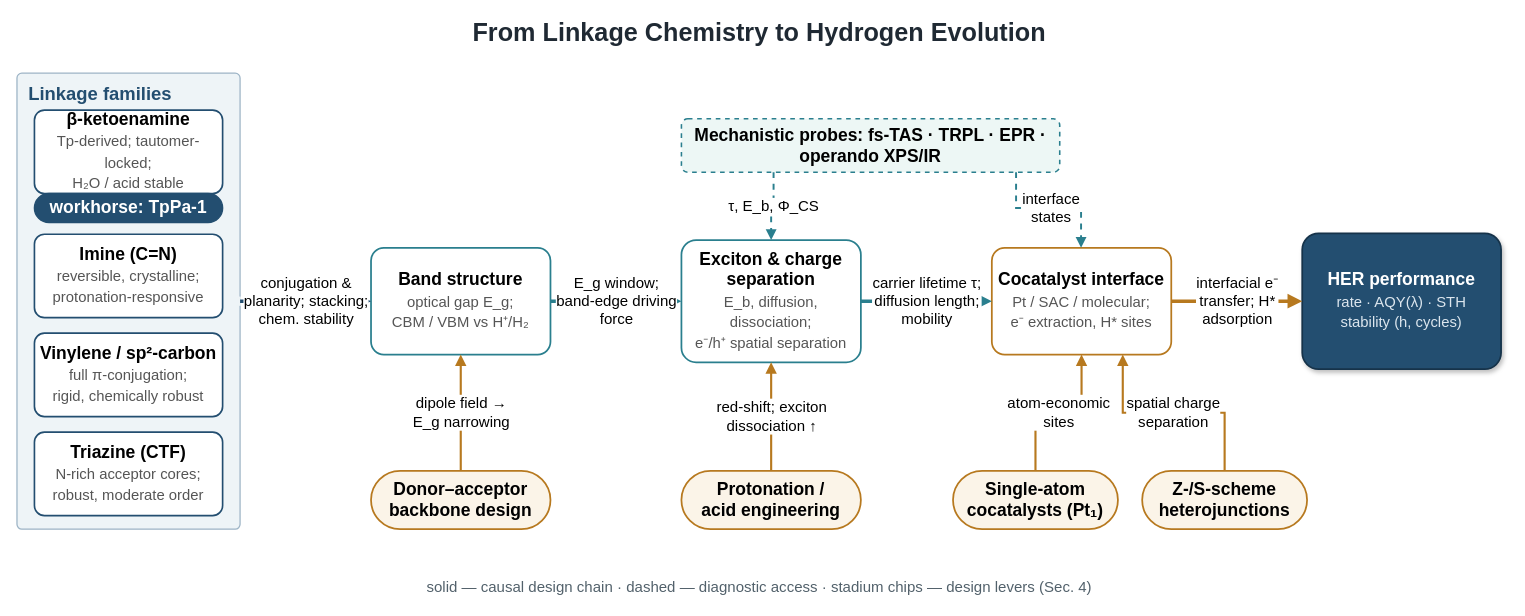
Earlier version of the draw.io diagram examples/survey_cof_her/paper/figures/src/fig1_factor_chain.drawio (asimfish/goai_research). Source tidied: cells renumbered, new cells numbered last; positions are measured from the earlier drawing's top-left corner, leaving out a move shared by most shapes. Both pictures are drawn from the tidied source at 97%, with x=0, y=0 at pixel (16, 16).
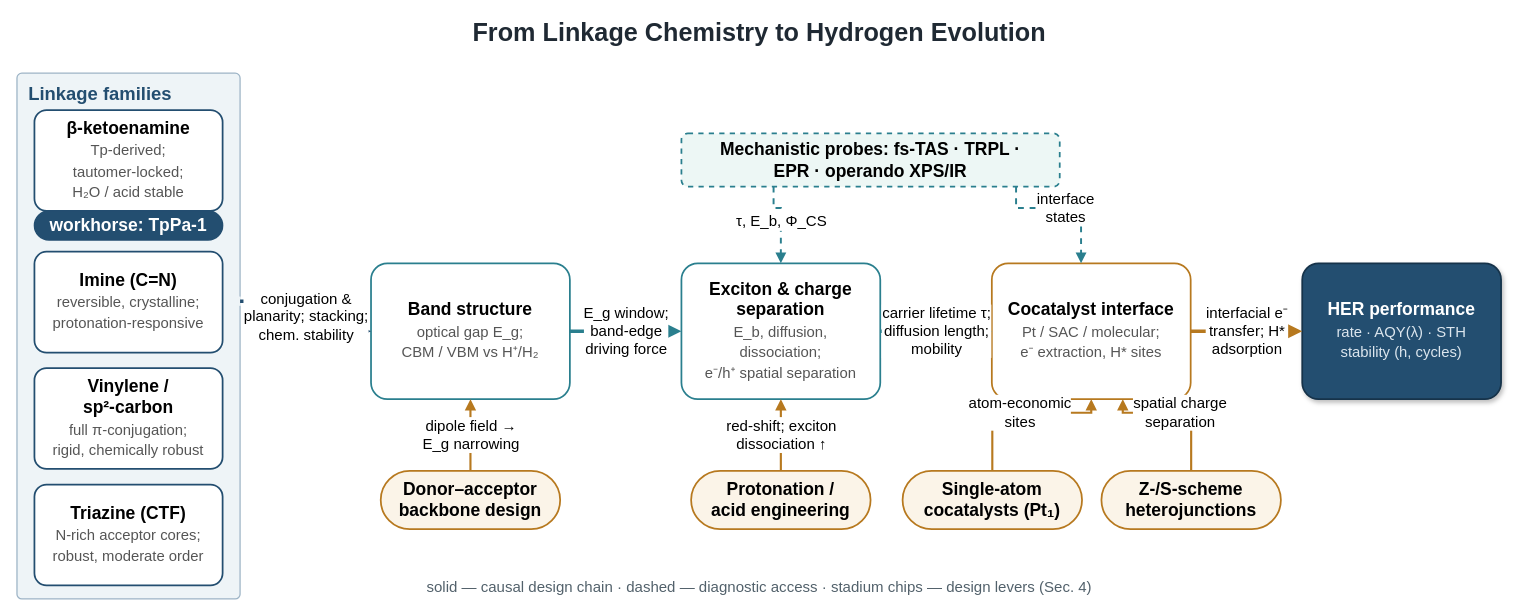
The same diagram, later.

Unchanged cells that the change refers to:
```xml
<mxCell id="9" style="rounded=0;whiteSpace=wrap;html=1;fillColor=#EEF4F7;strokeColor=#EEF4F7;strokeWidth=1.5;fontSize=15.5;fontStyle=1;" parent="3" vertex="1">
  <mxGeometry x="226" y="231" width="4" height="8" as="geometry" />
</mxCell>
```

The edit, as a diff of the source:
```diff
@@
     <mxCell id="3" value="Linkage families" style="rounded=1;absoluteArcSize=1;arcSize=10;whiteSpace=wrap;html=1;verticalAlign=top;align=left;spacingLeft=10;spacingTop=4;fontSize=19;fontStyle=1;fillColor=#EEF4F7;strokeColor=#9DB4C6;strokeWidth=1.3;fontColor=#234E70;" parent="1" vertex="1">
-      <mxGeometry y="58" width="230" height="470" as="geometry" />
+      <mxGeometry y="58" width="230" height="542" as="geometry" />
     </mxCell>
-    <mxCell id="4" value="&lt;b&gt;β-ketoenamine&lt;/b&gt;&lt;br/&gt;&lt;font style='font-size:15.3px' color='#555555'&gt;Tp-derived; tautomer-locked;&#10;H₂O / acid stable&lt;/font&gt;" style="rounded=1;whiteSpace=wrap;html=1;arcSize=12;fillColor=#FFFFFF;strokeColor=#234E70;strokeWidth=1.7;fontSize=18;" parent="3" vertex="1">
-      <mxGeometry x="18" y="38" width="194" height="86" as="geometry" />
+    <mxCell id="4" value="&lt;b&gt;β-ketoenamine&lt;/b&gt;&lt;br/&gt;&lt;font style='font-size:15.3px' color='#555555'&gt;Tp-derived;&lt;br/&gt;tautomer-locked;&lt;br/&gt;H₂O / acid stable&lt;/font&gt;" style="rounded=1;whiteSpace=wrap;html=1;arcSize=12;fillColor=#FFFFFF;strokeColor=#234E70;strokeWidth=1.8;fontSize=18;" parent="3" vertex="1">
+      <mxGeometry x="18" y="38" width="194" height="104" as="geometry" />
     </mxCell>
     <mxCell id="5" value="workhorse: TpPa-1" style="rounded=1;whiteSpace=wrap;html=1;arcSize=50;spacing=6;fillColor=#234E70;strokeColor=#234E70;strokeWidth=1.5;fontSize=18;fontColor=#FFFFFF;fontStyle=1;" parent="3" vertex="1">
-      <mxGeometry x="18" y="124" width="194" height="30" as="geometry" />
+      <mxGeometry x="18" y="142" width="194" height="30" as="geometry" />
     </mxCell>
-    <mxCell id="6" value="&lt;b&gt;Imine (C=N)&lt;/b&gt;&lt;br/&gt;&lt;font style='font-size:15.3px' color='#555555'&gt;reversible, crystalline;&#10;protonation-responsive&lt;/font&gt;" style="rounded=1;whiteSpace=wrap;html=1;arcSize=12;fillColor=#FFFFFF;strokeColor=#234E70;strokeWidth=1.7;fontSize=18;" parent="3" vertex="1">
-      <mxGeometry x="18" y="166" width="194" height="86" as="geometry" />
+    <mxCell id="6" value="&lt;b&gt;Imine (C=N)&lt;/b&gt;&lt;br/&gt;&lt;font style='font-size:15.3px' color='#555555'&gt;reversible, crystalline;&lt;br/&gt;protonation-responsive&lt;/font&gt;" style="rounded=1;whiteSpace=wrap;html=1;arcSize=12;fillColor=#FFFFFF;strokeColor=#234E70;strokeWidth=1.8;fontSize=18;" parent="3" vertex="1">
+      <mxGeometry x="18" y="184" width="194" height="104" as="geometry" />
     </mxCell>
-    <mxCell id="7" value="&lt;b&gt;Vinylene / sp²-carbon&lt;/b&gt;&lt;br/&gt;&lt;font style='font-size:15.3px' color='#555555'&gt;full π-conjugation;&#10;rigid, chemically robust&lt;/font&gt;" style="rounded=1;whiteSpace=wrap;html=1;arcSize=12;fillColor=#FFFFFF;strokeColor=#234E70;strokeWidth=1.7;fontSize=18;" parent="3" vertex="1">
-      <mxGeometry x="18" y="268" width="194" height="86" as="geometry" />
+    <mxCell id="7" value="&lt;b&gt;Vinylene /&lt;br/&gt;sp²-carbon&lt;/b&gt;&lt;br/&gt;&lt;font style='font-size:15.3px' color='#555555'&gt;full π-conjugation;&lt;br/&gt;rigid, chemically robust&lt;/font&gt;" style="rounded=1;whiteSpace=wrap;html=1;arcSize=12;fillColor=#FFFFFF;strokeColor=#234E70;strokeWidth=1.8;fontSize=18;" parent="3" vertex="1">
+      <mxGeometry x="18" y="304" width="194" height="104" as="geometry" />
     </mxCell>
-    <mxCell id="8" value="&lt;b&gt;Triazine (CTF)&lt;/b&gt;&lt;br/&gt;&lt;font style='font-size:15.3px' color='#555555'&gt;N-rich acceptor cores;&#10;robust, moderate order&lt;/font&gt;" style="rounded=1;whiteSpace=wrap;html=1;arcSize=12;fillColor=#FFFFFF;strokeColor=#234E70;strokeWidth=1.7;fontSize=18;" parent="3" vertex="1">
-      <mxGeometry x="18" y="370" width="194" height="86" as="geometry" />
+    <mxCell id="8" value="&lt;b&gt;Triazine (CTF)&lt;/b&gt;&lt;br/&gt;&lt;font style='font-size:15.3px' color='#555555'&gt;N-rich acceptor cores;&lt;br/&gt;robust, moderate order&lt;/font&gt;" style="rounded=1;whiteSpace=wrap;html=1;arcSize=12;fillColor=#FFFFFF;strokeColor=#234E70;strokeWidth=1.8;fontSize=18;" parent="3" vertex="1">
+      <mxGeometry x="18" y="424" width="194" height="104" as="geometry" />
     </mxCell>
@@
-    <mxCell id="10" value="&lt;b&gt;Band structure&lt;/b&gt;&lt;br/&gt;&lt;font style='font-size:15.3px' color='#555555'&gt;optical gap E_g;&#10;CBM / VBM vs H⁺/H₂&lt;/font&gt;" style="rounded=1;whiteSpace=wrap;html=1;arcSize=12;fillColor=#FFFFFF;strokeColor=#2A7F8E;strokeWidth=1.8;fontSize=18;" parent="1" vertex="1">
-      <mxGeometry x="365" y="238" width="185" height="110" as="geometry" />
+    <mxCell id="10" value="&lt;b&gt;Band structure&lt;/b&gt;&lt;br/&gt;&lt;font style='font-size:15.3px' color='#555555'&gt;optical gap E_g;&lt;br/&gt;CBM / VBM vs H⁺/H₂&lt;/font&gt;" style="rounded=1;whiteSpace=wrap;html=1;arcSize=12;fillColor=#FFFFFF;strokeColor=#2A7F8E;strokeWidth=1.8;fontSize=18;" parent="1" vertex="1">
+      <mxGeometry x="365" y="254" width="205" height="140" as="geometry" />
     </mxCell>
-    <mxCell id="11" value="&lt;b&gt;Exciton &amp; charge separation&lt;/b&gt;&lt;br/&gt;&lt;font style='font-size:15.3px' color='#555555'&gt;E_b, diffusion, dissociation;&#10;e⁻/h⁺ spatial separation&lt;/font&gt;" style="rounded=1;whiteSpace=wrap;html=1;arcSize=12;fillColor=#FFFFFF;strokeColor=#2A7F8E;strokeWidth=1.8;fontSize=18;" parent="1" vertex="1">
-      <mxGeometry x="685" y="230" width="185" height="126" as="geometry" />
+    <mxCell id="11" value="&lt;b&gt;Exciton &amp;amp; charge&lt;br/&gt;separation&lt;/b&gt;&lt;br/&gt;&lt;font style='font-size:15.3px' color='#555555'&gt;E_b, diffusion,&lt;br/&gt;dissociation;&lt;br/&gt;e⁻/h⁺ spatial separation&lt;/font&gt;" style="rounded=1;whiteSpace=wrap;html=1;arcSize=12;fillColor=#FFFFFF;strokeColor=#2A7F8E;strokeWidth=1.8;fontSize=18;" parent="1" vertex="1">
+      <mxGeometry x="685" y="254" width="205" height="140" as="geometry" />
     </mxCell>
-    <mxCell id="12" value="&lt;b&gt;Cocatalyst interface&lt;/b&gt;&lt;br/&gt;&lt;font style='font-size:15.3px' color='#555555'&gt;Pt / SAC / molecular;&#10;e⁻ extraction, H* sites&lt;/font&gt;" style="rounded=1;whiteSpace=wrap;html=1;arcSize=12;fillColor=#FFFFFF;strokeColor=#B7791F;strokeWidth=1.8;fontSize=18;" parent="1" vertex="1">
-      <mxGeometry x="1005" y="238" width="185" height="110" as="geometry" />
+    <mxCell id="12" value="&lt;b&gt;Cocatalyst interface&lt;/b&gt;&lt;br/&gt;&lt;font style='font-size:15.3px' color='#555555'&gt;Pt / SAC / molecular;&lt;br/&gt;e⁻ extraction, H* sites&lt;/font&gt;" style="rounded=1;whiteSpace=wrap;html=1;arcSize=12;fillColor=#FFFFFF;strokeColor=#B7791F;strokeWidth=1.8;fontSize=18;" parent="1" vertex="1">
+      <mxGeometry x="1005" y="254" width="205" height="140" as="geometry" />
     </mxCell>
-    <mxCell id="13" value="&lt;b&gt;HER performance&lt;/b&gt;&lt;br/&gt;&lt;font style='font-size:15.3px' color='#DCE6EE'&gt;rate · AQY(λ) · STH&#10;stability (h, cycles)&lt;/font&gt;" style="rounded=1;whiteSpace=wrap;html=1;arcSize=12;fillColor=#234E70;strokeColor=#16334A;strokeWidth=1.8;fontSize=18;fontColor=#FFFFFF;shadow=1;" parent="1" vertex="1">
-      <mxGeometry x="1325" y="223" width="205" height="140" as="geometry" />
+    <mxCell id="13" value="&lt;b&gt;HER performance&lt;/b&gt;&lt;br/&gt;&lt;font style='font-size:15.3px' color='#DCE6EE'&gt;rate · AQY(λ) · STH&lt;br/&gt;stability (h, cycles)&lt;/font&gt;" style="rounded=1;whiteSpace=wrap;html=1;arcSize=12;fillColor=#234E70;strokeColor=#16334A;strokeWidth=1.8;fontSize=18;fontColor=#FFFFFF;shadow=1;" parent="1" vertex="1">
+      <mxGeometry x="1325" y="254" width="205" height="140" as="geometry" />
     </mxCell>
-    <mxCell id="14" value="Mechanistic probes: fs-TAS · TRPL · EPR · operando XPS/IR" style="rounded=1;whiteSpace=wrap;html=1;arcSize=12;fillColor=#EDF7F5;strokeColor=#2A7F8E;strokeWidth=1.6;fontSize=18;fontStyle=1;dashed=1;" parent="1" vertex="1">
-      <mxGeometry x="685" y="105" width="390" height="55" as="geometry" />
+    <mxCell id="14" value="Mechanistic probes: fs-TAS · TRPL ·&lt;br/&gt;EPR · operando XPS/IR" style="rounded=1;whiteSpace=wrap;html=1;arcSize=12;fillColor=#EDF7F5;strokeColor=#2A7F8E;strokeWidth=1.8;fontSize=18;fontStyle=1;dashed=1;" parent="1" vertex="1">
+      <mxGeometry x="685" y="120" width="390" height="55" as="geometry" />
     </mxCell>
-    <mxCell id="15" value="Donor–acceptor&#10;backbone design" style="rounded=1;whiteSpace=wrap;html=1;arcSize=50;spacing=6;fillColor=#FBF4E8;strokeColor=#B7791F;strokeWidth=1.8;fontSize=18;fontStyle=1;" parent="1" vertex="1">
-      <mxGeometry x="365" y="468" width="185" height="60" as="geometry" />
+    <mxCell id="15" value="Donor–acceptor&lt;br/&gt;backbone design" style="rounded=1;whiteSpace=wrap;html=1;arcSize=50;spacing=6;fillColor=#FBF4E8;strokeColor=#B7791F;strokeWidth=1.8;fontSize=18;fontStyle=1;" parent="1" vertex="1">
+      <mxGeometry x="375" y="468" width="185" height="60" as="geometry" />
     </mxCell>
-    <mxCell id="16" value="Protonation /&#10;acid engineering" style="rounded=1;whiteSpace=wrap;html=1;arcSize=50;spacing=6;fillColor=#FBF4E8;strokeColor=#B7791F;strokeWidth=1.8;fontSize=18;fontStyle=1;" parent="1" vertex="1">
-      <mxGeometry x="685" y="468" width="185" height="60" as="geometry" />
+    <mxCell id="16" value="Protonation /&lt;br/&gt;acid engineering" style="rounded=1;whiteSpace=wrap;html=1;arcSize=50;spacing=6;fillColor=#FBF4E8;strokeColor=#B7791F;strokeWidth=1.8;fontSize=18;fontStyle=1;" parent="1" vertex="1">
+      <mxGeometry x="695" y="468" width="185" height="60" as="geometry" />
     </mxCell>
-    <mxCell id="17" value="Single-atom&#10;cocatalysts (Pt₁)" style="rounded=1;whiteSpace=wrap;html=1;arcSize=50;spacing=6;fillColor=#FBF4E8;strokeColor=#B7791F;strokeWidth=1.8;fontSize=18;fontStyle=1;" parent="1" vertex="1">
-      <mxGeometry x="965" y="468" width="170" height="60" as="geometry" />
+    <mxCell id="17" value="Single-atom&lt;br/&gt;cocatalysts (Pt₁)" style="rounded=1;whiteSpace=wrap;html=1;arcSize=50;spacing=6;fillColor=#FBF4E8;strokeColor=#B7791F;strokeWidth=1.8;fontSize=18;fontStyle=1;" parent="1" vertex="1">
+      <mxGeometry x="913" y="468" width="185" height="60" as="geometry" />
     </mxCell>
-    <mxCell id="18" value="Z-/S-scheme&#10;heterojunctions" style="rounded=1;whiteSpace=wrap;html=1;arcSize=50;spacing=6;fillColor=#FBF4E8;strokeColor=#B7791F;strokeWidth=1.8;fontSize=18;fontStyle=1;" parent="1" vertex="1">
-      <mxGeometry x="1160" y="468" width="170" height="60" as="geometry" />
+    <mxCell id="18" value="Z-/S-scheme&lt;br/&gt;heterojunctions" style="rounded=1;whiteSpace=wrap;html=1;arcSize=50;spacing=6;fillColor=#FBF4E8;strokeColor=#B7791F;strokeWidth=1.8;fontSize=18;fontStyle=1;" parent="1" vertex="1">
+      <mxGeometry x="1118" y="468" width="185" height="60" as="geometry" />
     </mxCell>
-    <mxCell id="19" value="conjugation &amp;&#10;planarity; stacking;&#10;chem. stability" style="edgeStyle=orthogonalEdgeStyle;rounded=0;html=1;jettySize=auto;endArrow=block;endFill=1;strokeColor=#234E70;strokeWidth=3.5;fontSize=15.5;" parent="1" edge="1" source="9" target="10">
+    <mxCell id="19" value="conjugation &amp;amp;&lt;br/&gt;planarity; stacking;&lt;br/&gt;chem. stability" style="edgeStyle=orthogonalEdgeStyle;rounded=0;html=1;jettySize=auto;endArrow=block;endFill=1;strokeColor=#234E70;strokeWidth=3.5;fontSize=15.5;" parent="1" edge="1" source="9" target="10">
       <mxGeometry relative="1" as="geometry" />
     </mxCell>
-    <mxCell id="20" value="E_g window;&#10;band-edge driving&#10;force" style="edgeStyle=orthogonalEdgeStyle;rounded=0;html=1;jettySize=auto;endArrow=block;endFill=1;strokeColor=#2A7F8E;strokeWidth=3.5;fontSize=15.5;" parent="1" edge="1" source="10" target="11">
+    <mxCell id="20" value="E_g window;&lt;br/&gt;band-edge&lt;br/&gt;driving force" style="edgeStyle=orthogonalEdgeStyle;rounded=0;html=1;jettySize=auto;endArrow=block;endFill=1;strokeColor=#2A7F8E;strokeWidth=3.5;fontSize=15.5;" parent="1" edge="1" source="10" target="11">
       <mxGeometry relative="1" as="geometry" />
     </mxCell>
-    <mxCell id="21" value="carrier lifetime τ;&#10;diffusion length;&#10;mobility" style="edgeStyle=orthogonalEdgeStyle;rounded=0;html=1;jettySize=auto;endArrow=block;endFill=1;strokeColor=#2A7F8E;strokeWidth=3.5;fontSize=15.5;" parent="1" edge="1" source="11" target="12">
+    <mxCell id="21" value="carrier lifetime τ;&lt;br/&gt;diffusion length;&lt;br/&gt;mobility" style="edgeStyle=orthogonalEdgeStyle;rounded=0;html=1;jettySize=auto;endArrow=block;endFill=1;strokeColor=#2A7F8E;strokeWidth=3.5;fontSize=15.5;" parent="1" edge="1" source="11" target="12">
       <mxGeometry relative="1" as="geometry" />
     </mxCell>
-    <mxCell id="22" value="interfacial e⁻&#10;transfer; H*&#10;adsorption" style="edgeStyle=orthogonalEdgeStyle;rounded=0;html=1;jettySize=auto;endArrow=block;endFill=1;strokeColor=#B7791F;strokeWidth=3.5;fontSize=15.5;" parent="1" edge="1" source="12" target="13">
+    <mxCell id="22" value="interfacial e⁻&lt;br/&gt;transfer; H*&lt;br/&gt;adsorption" style="edgeStyle=orthogonalEdgeStyle;rounded=0;html=1;jettySize=auto;endArrow=block;endFill=1;strokeColor=#B7791F;strokeWidth=3.5;fontSize=15.5;" parent="1" edge="1" source="12" target="13">
       <mxGeometry relative="1" as="geometry" />
     </mxCell>
@@
-    <mxCell id="24" value="interface&#10;states" style="edgeStyle=orthogonalEdgeStyle;rounded=0;html=1;jettySize=auto;endArrow=block;endFill=1;strokeColor=#2A7F8E;strokeWidth=2;fontSize=15.5;dashed=1;" parent="1" edge="1" source="14" target="12">
+    <mxCell id="24" value="interface&lt;br/&gt;states" style="edgeStyle=orthogonalEdgeStyle;rounded=0;html=1;jettySize=auto;endArrow=block;endFill=1;strokeColor=#2A7F8E;strokeWidth=2;fontSize=15.5;dashed=1;" parent="1" edge="1" source="14" target="12">
       <mxGeometry relative="1" as="geometry">
         <Array as="points">
           <mxPoint x="1030" y="197" />
           <mxPoint x="1097" y="197" />
         </Array>
       </mxGeometry>
     </mxCell>
-    <mxCell id="25" value="dipole field →&#10;E_g narrowing" style="edgeStyle=orthogonalEdgeStyle;rounded=0;html=1;jettySize=auto;endArrow=block;endFill=1;strokeColor=#B7791F;strokeWidth=2.2;fontSize=15.5;" parent="1" edge="1" source="15" target="10">
+    <mxCell id="25" value="dipole field →&lt;br/&gt;E_g narrowing" style="edgeStyle=orthogonalEdgeStyle;rounded=0;html=1;jettySize=auto;endArrow=block;endFill=1;strokeColor=#B7791F;strokeWidth=2.2;fontSize=15.5;" parent="1" edge="1" source="15" target="10">
       <mxGeometry relative="1" as="geometry" />
     </mxCell>
-    <mxCell id="26" value="red-shift; exciton&#10;dissociation ↑" style="edgeStyle=orthogonalEdgeStyle;rounded=0;html=1;jettySize=auto;endArrow=block;endFill=1;strokeColor=#B7791F;strokeWidth=2.2;fontSize=15.5;" parent="1" edge="1" source="16" target="11">
+    <mxCell id="26" value="red-shift; exciton&lt;br/&gt;dissociation ↑" style="edgeStyle=orthogonalEdgeStyle;rounded=0;html=1;jettySize=auto;endArrow=block;endFill=1;strokeColor=#B7791F;strokeWidth=2.2;fontSize=15.5;" parent="1" edge="1" source="16" target="11">
       <mxGeometry relative="1" as="geometry" />
     </mxCell>
-    <mxCell id="27" value="atom-economic&#10;sites" style="edgeStyle=orthogonalEdgeStyle;rounded=0;html=1;jettySize=auto;endArrow=block;endFill=1;strokeColor=#B7791F;strokeWidth=2.2;fontSize=15.5;" parent="1" edge="1" source="17" target="12">
+    <mxCell id="27" value="atom-economic&lt;br/&gt;sites" style="edgeStyle=orthogonalEdgeStyle;rounded=0;html=1;jettySize=auto;endArrow=block;endFill=1;strokeColor=#B7791F;strokeWidth=2.2;fontSize=15.5;" parent="1" edge="1" source="17" target="12">
       <mxGeometry relative="1" as="geometry">
         <Array as="points">
-          <mxPoint x="1050" y="408" />
+          <mxPoint x="1005" y="408" />
         </Array>
       </mxGeometry>
     </mxCell>
-    <mxCell id="28" value="spatial charge&#10;separation" style="edgeStyle=orthogonalEdgeStyle;rounded=0;html=1;jettySize=auto;endArrow=block;endFill=1;strokeColor=#B7791F;strokeWidth=2.2;fontSize=15.5;" parent="1" edge="1" source="18" target="12">
+    <mxCell id="28" value="spatial charge&lt;br/&gt;separation" style="edgeStyle=orthogonalEdgeStyle;rounded=0;html=1;jettySize=auto;endArrow=block;endFill=1;strokeColor=#B7791F;strokeWidth=2.2;fontSize=15.5;" parent="1" edge="1" source="18" target="12">
       <mxGeometry relative="1" as="geometry">
         <Array as="points">
-          <mxPoint x="1245" y="408" />
+          <mxPoint x="1210" y="408" />
           <mxPoint x="1140" y="408" />
         </Array>
       </mxGeometry>
     </mxCell>
```
